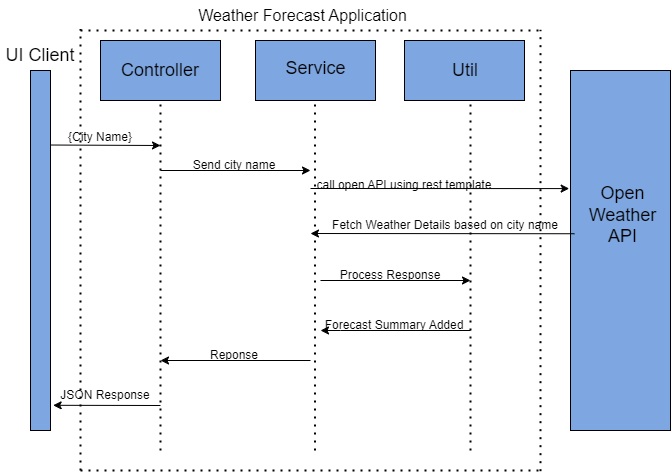
ashishshubham96/weatherAPI keeps this draw.io diagram as ss.drawio.png. Above is the earlier version. Source tidied: cells renumbered, new cells last; positions are measured from the earlier drawing's top-left corner, leaving out a move shared by most shapes.
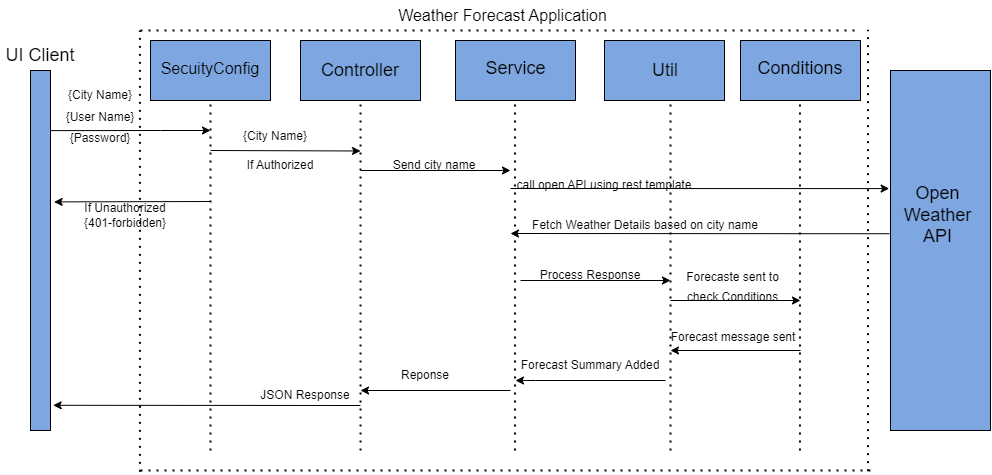
Above is the later version.

Commit message:
Sequence Diagram updated

Diff of the diagram source:
```diff
@@ -3,10 +3,10 @@
     <mxCell id="0" />
     <mxCell id="1" parent="0" />
     <mxCell id="2" style="rounded=0;whiteSpace=wrap;html=1;fillColor=#7EA6E0;" parent="1" vertex="1">
-      <mxGeometry x="30" y="70" width="20" height="360" as="geometry" />
+      <mxGeometry x="-170" y="70" width="20" height="360" as="geometry" />
     </mxCell>
     <mxCell id="3" value="&lt;font style=&quot;font-size: 18px;&quot;&gt;UI Client&lt;/font&gt;" style="text;html=1;strokeColor=none;fillColor=none;align=center;verticalAlign=middle;whiteSpace=wrap;rounded=0;" parent="1" vertex="1">
-      <mxGeometry y="40" width="80" height="30" as="geometry" />
+      <mxGeometry x="-200" y="40" width="80" height="30" as="geometry" />
     </mxCell>
     <mxCell id="4" style="rounded=0;whiteSpace=wrap;html=1;fillColor=#7EA6E0;" parent="1" vertex="1">
       <mxGeometry x="100" y="40" width="120" height="60" as="geometry" />
@@ -21,7 +21,7 @@
       <mxGeometry x="404" y="40" width="120" height="60" as="geometry" />
     </mxCell>
     <mxCell id="8" style="rounded=0;whiteSpace=wrap;html=1;fillColor=#7EA6E0;" parent="1" vertex="1">
-      <mxGeometry x="570" y="70" width="100" height="360" as="geometry" />
+      <mxGeometry x="690" y="70" width="100" height="360" as="geometry" />
     </mxCell>
     <mxCell id="9" value="&lt;font style=&quot;font-size: 18px;&quot;&gt;Service&lt;/font&gt;" style="text;html=1;strokeColor=none;fillColor=none;align=center;verticalAlign=middle;whiteSpace=wrap;rounded=0;" parent="1" vertex="1">
       <mxGeometry x="262.5" y="55" width="105" height="25" as="geometry" />
@@ -30,14 +30,17 @@
       <mxGeometry x="420" y="55" width="90" height="30" as="geometry" />
     </mxCell>
     <mxCell id="11" value="&lt;font style=&quot;font-size: 18px;&quot;&gt;Open Weather API&lt;/font&gt;" style="text;html=1;strokeColor=none;fillColor=none;align=center;verticalAlign=middle;whiteSpace=wrap;rounded=0;" parent="1" vertex="1">
-      <mxGeometry x="575" y="120" width="95" height="190" as="geometry" />
+      <mxGeometry x="690" y="120" width="95" height="190" as="geometry" />
     </mxCell>
     <mxCell id="12" style="edgeStyle=orthogonalEdgeStyle;rounded=0;orthogonalLoop=1;jettySize=auto;html=1;exitX=0.5;exitY=1;exitDx=0;exitDy=0;fontSize=18;" parent="1" edge="1" source="9" target="9">
       <mxGeometry relative="1" as="geometry" />
     </mxCell>
-    <mxCell id="13" style="endArrow=classic;html=1;rounded=0;fontSize=18;exitX=1.033;exitY=0.207;exitDx=0;exitDy=0;exitPerimeter=0;" parent="1" edge="1" source="2">
+    <mxCell id="13" style="endArrow=classic;html=1;rounded=0;fontSize=18;exitX=1.015;exitY=0.167;exitDx=0;exitDy=0;exitPerimeter=0;" parent="1" edge="1" source="2">
       <mxGeometry relative="1" as="geometry">
-        <mxPoint x="160" y="145" as="targetPoint" />
+        <mxPoint x="10" y="130" as="targetPoint" />
+        <Array as="points">
+          <mxPoint x="-40" y="130" />
+        </Array>
       </mxGeometry>
     </mxCell>
     <mxCell id="14" style="endArrow=none;dashed=1;html=1;dashPattern=1 3;strokeWidth=2;rounded=0;fontSize=18;entryX=0.5;entryY=1;entryDx=0;entryDy=0;" parent="1" edge="1" target="4">
@@ -57,8 +60,8 @@
         <mxPoint x="470" y="100" as="targetPoint" />
       </mxGeometry>
     </mxCell>
-    <mxCell id="17" value="&lt;font style=&quot;font-size: 12px;&quot;&gt;{City Name}&lt;/font&gt;" style="text;html=1;strokeColor=none;fillColor=none;align=center;verticalAlign=middle;whiteSpace=wrap;rounded=0;fontSize=18;" parent="1" vertex="1">
-      <mxGeometry x="60" y="120" width="80" height="30" as="geometry" />
+    <mxCell id="17" value="&lt;font style=&quot;font-size: 12px;&quot;&gt;{City Name}&lt;br&gt;{User Name}&lt;br&gt;{Password}&lt;br&gt;&lt;/font&gt;" style="text;html=1;strokeColor=none;fillColor=none;align=center;verticalAlign=middle;whiteSpace=wrap;rounded=0;fontSize=18;" parent="1" vertex="1">
+      <mxGeometry x="-140" y="100" width="80" height="30" as="geometry" />
     </mxCell>
     <mxCell id="18" style="endArrow=classic;html=1;rounded=0;fontSize=12;" parent="1" edge="1">
       <mxGeometry relative="1" as="geometry">
@@ -96,24 +99,24 @@
     </mxCell>
     <mxCell id="26" style="endArrow=classic;html=1;rounded=0;fontSize=12;" parent="1" edge="1">
       <mxGeometry relative="1" as="geometry">
-        <mxPoint x="470" y="330" as="sourcePoint" />
-        <mxPoint x="320" y="330" as="targetPoint" />
+        <mxPoint x="465" y="380" as="sourcePoint" />
+        <mxPoint x="315" y="380" as="targetPoint" />
         <Array as="points">
-          <mxPoint x="340" y="330" />
+          <mxPoint x="335" y="380" />
         </Array>
       </mxGeometry>
     </mxCell>
     <mxCell id="27" value="Forecast Summary Added" style="text;html=1;strokeColor=none;fillColor=none;align=center;verticalAlign=middle;whiteSpace=wrap;rounded=0;fontSize=12;" parent="1" vertex="1">
-      <mxGeometry x="294" y="310" width="200" height="30" as="geometry" />
+      <mxGeometry x="290" y="350" width="200" height="30" as="geometry" />
     </mxCell>
     <mxCell id="28" style="endArrow=classic;html=1;rounded=0;fontSize=12;" parent="1" edge="1">
       <mxGeometry relative="1" as="geometry">
-        <mxPoint x="310" y="360" as="sourcePoint" />
-        <mxPoint x="160" y="360" as="targetPoint" />
+        <mxPoint x="310" y="390" as="sourcePoint" />
+        <mxPoint x="160" y="390" as="targetPoint" />
       </mxGeometry>
     </mxCell>
     <mxCell id="29" value="Reponse" style="text;html=1;strokeColor=none;fillColor=none;align=center;verticalAlign=middle;whiteSpace=wrap;rounded=0;fontSize=12;" parent="1" vertex="1">
-      <mxGeometry x="203.8" y="340" width="60" height="30" as="geometry" />
+      <mxGeometry x="195" y="360" width="60" height="30" as="geometry" />
     </mxCell>
     <mxCell id="30" style="endArrow=classic;html=1;rounded=0;fontSize=12;entryX=1.133;entryY=0.93;entryDx=0;entryDy=0;entryPerimeter=0;" parent="1" edge="1" target="2">
       <mxGeometry relative="1" as="geometry">
@@ -125,30 +128,91 @@
     </mxCell>
     <mxCell id="32" style="endArrow=none;dashed=1;html=1;dashPattern=1 3;strokeWidth=2;rounded=0;fontSize=12;" parent="1" edge="1">
       <mxGeometry relative="1" as="geometry">
-        <mxPoint x="80" y="470" as="sourcePoint" />
-        <mxPoint x="80" y="28.7" as="targetPoint" />
+        <mxPoint x="-60.6" y="471.3" as="sourcePoint" />
+        <mxPoint x="-60.6" y="30" as="targetPoint" />
       </mxGeometry>
     </mxCell>
     <mxCell id="33" style="endArrow=none;dashed=1;html=1;dashPattern=1 3;strokeWidth=2;rounded=0;fontSize=12;" parent="1" edge="1">
       <mxGeometry relative="1" as="geometry">
-        <mxPoint x="540" y="470.7" as="sourcePoint" />
-        <mxPoint x="540" y="29.3" as="targetPoint" />
+        <mxPoint x="667.5" y="470.7" as="sourcePoint" />
+        <mxPoint x="667.5" y="29.3" as="targetPoint" />
       </mxGeometry>
     </mxCell>
     <mxCell id="34" style="endArrow=none;dashed=1;html=1;dashPattern=1 3;strokeWidth=2;rounded=0;fontSize=12;" parent="1" edge="1">
       <mxGeometry relative="1" as="geometry">
-        <mxPoint x="80" y="30" as="sourcePoint" />
-        <mxPoint x="540" y="30" as="targetPoint" />
+        <mxPoint x="-60" y="30" as="sourcePoint" />
+        <mxPoint x="660" y="30" as="targetPoint" />
       </mxGeometry>
     </mxCell>
     <mxCell id="35" style="endArrow=none;dashed=1;html=1;dashPattern=1 3;strokeWidth=2;rounded=0;fontSize=12;" parent="1" edge="1">
       <mxGeometry relative="1" as="geometry">
-        <mxPoint x="80" y="470" as="sourcePoint" />
-        <mxPoint x="540" y="470" as="targetPoint" />
+        <mxPoint x="-60" y="470" as="sourcePoint" />
+        <mxPoint x="670" y="470" as="targetPoint" />
       </mxGeometry>
     </mxCell>
     <mxCell id="36" value="&lt;font style=&quot;font-size: 16px;&quot;&gt;Weather Forecast Application&lt;/font&gt;" style="text;html=1;strokeColor=none;fillColor=none;align=center;verticalAlign=middle;whiteSpace=wrap;rounded=0;fontSize=12;" parent="1" vertex="1">
       <mxGeometry x="185" width="235" height="30" as="geometry" />
     </mxCell>
+    <mxCell id="37" style="rounded=0;whiteSpace=wrap;html=1;fillColor=#7EA6E0;" parent="1" vertex="1">
+      <mxGeometry x="-50" y="40" width="120" height="60" as="geometry" />
+    </mxCell>
+    <mxCell id="38" value="SecuityConfig" style="text;html=1;strokeColor=none;fillColor=none;align=center;verticalAlign=middle;whiteSpace=wrap;rounded=0;fontSize=16;" parent="1" vertex="1">
+      <mxGeometry x="-20" y="52.5" width="60" height="30" as="geometry" />
+    </mxCell>
+    <mxCell id="39" style="endArrow=none;dashed=1;html=1;dashPattern=1 3;strokeWidth=2;rounded=0;fontSize=16;entryX=0.5;entryY=1;entryDx=0;entryDy=0;" parent="1" edge="1" target="37">
+      <mxGeometry relative="1" as="geometry">
+        <mxPoint x="10" y="450" as="sourcePoint" />
+      </mxGeometry>
+    </mxCell>
+    <mxCell id="40" style="endArrow=classic;html=1;rounded=0;fontSize=18;" parent="1" edge="1">
+      <mxGeometry relative="1" as="geometry">
+        <mxPoint x="10" y="150" as="sourcePoint" />
+        <mxPoint x="160" y="150.5" as="targetPoint" />
+      </mxGeometry>
+    </mxCell>
+    <mxCell id="41" value="&lt;font style=&quot;font-size: 12px;&quot;&gt;{City Name}&lt;br&gt;&lt;br&gt;&lt;/font&gt;" style="text;html=1;strokeColor=none;fillColor=none;align=center;verticalAlign=middle;whiteSpace=wrap;rounded=0;fontSize=18;" parent="1" vertex="1">
+      <mxGeometry x="35" y="130" width="80" height="30" as="geometry" />
+    </mxCell>
+    <mxCell id="42" style="rounded=0;whiteSpace=wrap;html=1;fillColor=#7EA6E0;" parent="1" vertex="1">
+      <mxGeometry x="540" y="40" width="120" height="60" as="geometry" />
+    </mxCell>
+    <mxCell id="43" value="&lt;font style=&quot;font-size: 18px;&quot;&gt;Conditions&lt;/font&gt;" style="text;html=1;strokeColor=none;fillColor=none;align=center;verticalAlign=middle;whiteSpace=wrap;rounded=0;" parent="1" vertex="1">
+      <mxGeometry x="555" y="52.5" width="90" height="30" as="geometry" />
+    </mxCell>
+    <mxCell id="44" style="endArrow=none;dashed=1;html=1;dashPattern=1 3;strokeWidth=2;rounded=0;fontSize=18;entryX=0.5;entryY=1;entryDx=0;entryDy=0;" parent="1" edge="1">
+      <mxGeometry relative="1" as="geometry">
+        <mxPoint x="599.4" y="450" as="sourcePoint" />
+        <mxPoint x="599.4" y="100" as="targetPoint" />
+      </mxGeometry>
+    </mxCell>
+    <mxCell id="45" style="endArrow=classic;html=1;rounded=0;fontSize=16;" parent="1" edge="1">
+      <mxGeometry relative="1" as="geometry">
+        <mxPoint x="470" y="300" as="sourcePoint" />
+        <mxPoint x="600" y="300" as="targetPoint" />
+      </mxGeometry>
+    </mxCell>
+    <mxCell id="46" value="&lt;font style=&quot;font-size: 12px;&quot;&gt;Forecaste sent to check Conditions&lt;/font&gt;" style="text;html=1;strokeColor=none;fillColor=none;align=center;verticalAlign=middle;whiteSpace=wrap;rounded=0;fontSize=16;" parent="1" vertex="1">
+      <mxGeometry x="480" y="270" width="105" height="30" as="geometry" />
+    </mxCell>
+    <mxCell id="47" style="endArrow=classic;html=1;rounded=0;fontSize=12;" parent="1" edge="1">
+      <mxGeometry relative="1" as="geometry">
+        <mxPoint x="600" y="350" as="sourcePoint" />
+        <mxPoint x="470" y="350" as="targetPoint" />
+      </mxGeometry>
+    </mxCell>
+    <mxCell id="48" value="&lt;span style=&quot;font-size: 12px;&quot;&gt;Forecast message sent&lt;/span&gt;" style="text;html=1;strokeColor=none;fillColor=none;align=center;verticalAlign=middle;whiteSpace=wrap;rounded=0;fontSize=16;" parent="1" vertex="1">
+      <mxGeometry x="467.5" y="320" width="130" height="30" as="geometry" />
+    </mxCell>
+    <mxCell id="49" style="endArrow=classic;html=1;rounded=0;fontSize=12;entryX=1.181;entryY=0.365;entryDx=0;entryDy=0;entryPerimeter=0;" parent="1" edge="1" target="2">
+      <mxGeometry relative="1" as="geometry">
+        <mxPoint x="10" y="201" as="sourcePoint" />
+      </mxGeometry>
+    </mxCell>
+    <mxCell id="50" value="If Authorized" style="text;html=1;strokeColor=none;fillColor=none;align=center;verticalAlign=middle;whiteSpace=wrap;rounded=0;fontSize=12;" parent="1" vertex="1">
+      <mxGeometry x="45" y="150" width="70" height="30" as="geometry" />
+    </mxCell>
+    <mxCell id="51" value="If Unauthorized&lt;br&gt;{401-forbidden}" style="text;html=1;strokeColor=none;fillColor=none;align=center;verticalAlign=middle;whiteSpace=wrap;rounded=0;fontSize=12;" parent="1" vertex="1">
+      <mxGeometry x="-120" y="200" width="90" height="30" as="geometry" />
+    </mxCell>
   </root>
 </mxGraphModel>
```
